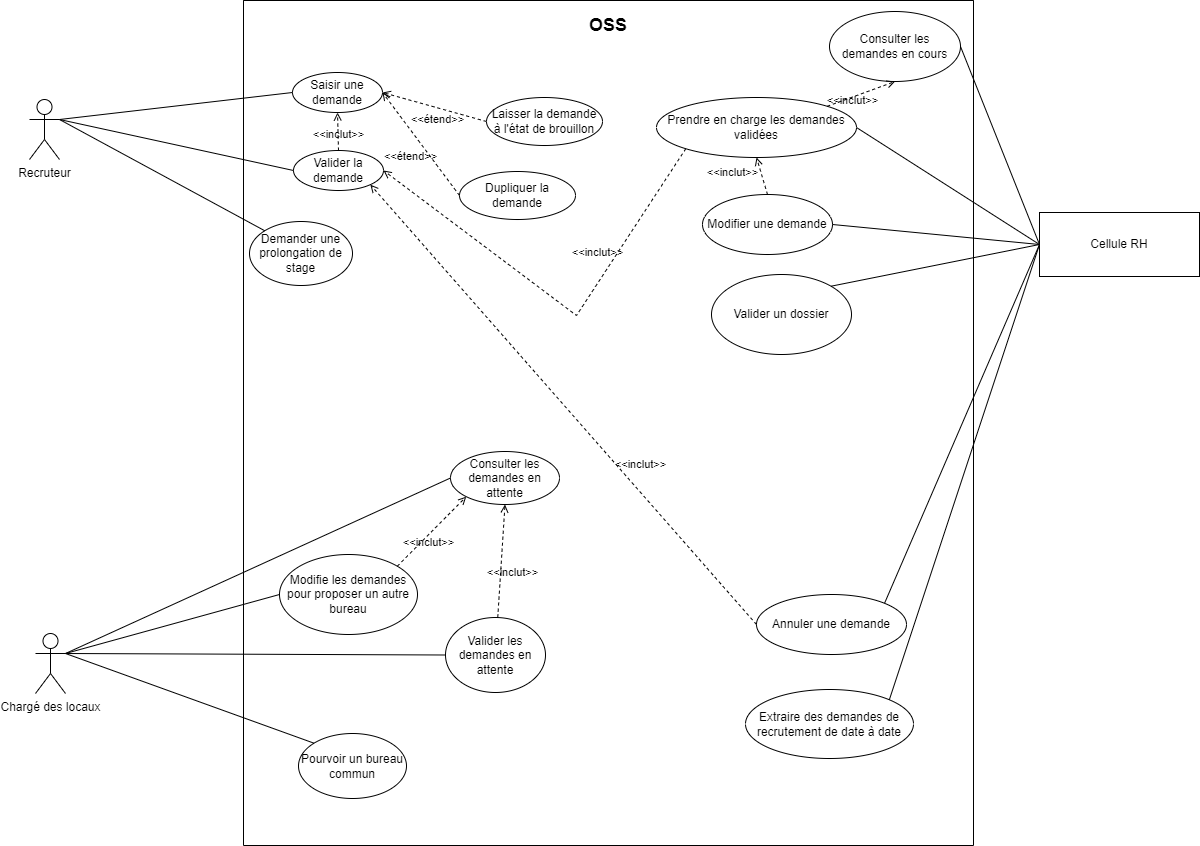
This is Diagramme de use-case OSS.drawio.png from faridbelhiteche/Projet-TER, a draw.io export, as it was before one commit. Source tidied: cells renumbered, new cells last; positions are measured from the earlier drawing's top-left corner, leaving out a move shared by most shapes.
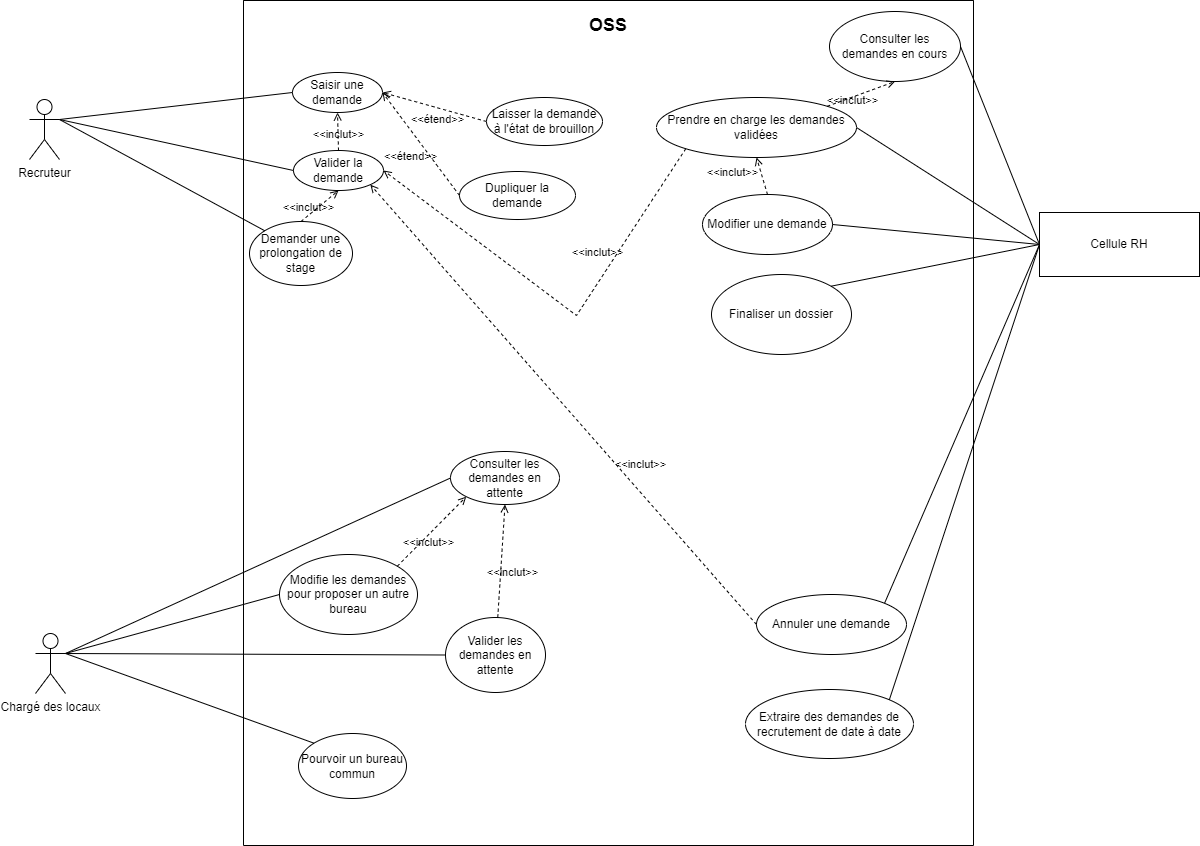
Above is the later version.

Diff of the diagram source:
```diff
@@ -42,7 +42,7 @@
     <mxCell id="13" value="&amp;lt;&amp;lt;inclut&amp;gt;&amp;gt;" style="html=1;verticalAlign=bottom;labelBackgroundColor=none;endArrow=open;endFill=0;dashed=1;rounded=0;exitX=0;exitY=0.5;exitDx=0;exitDy=0;entryX=1;entryY=1;entryDx=0;entryDy=0;" parent="2" edge="1" source="11" target="3">
       <mxGeometry x="-0.35" y="-12" relative="1" as="geometry" />
     </mxCell>
-    <mxCell id="14" value="Valider un dossier" style="ellipse;whiteSpace=wrap;html=1;fillColor=#FFFFFF;" parent="2" vertex="1">
+    <mxCell id="14" value="Finaliser un dossier" style="ellipse;whiteSpace=wrap;html=1;fillColor=#FFFFFF;" parent="2" vertex="1">
       <mxGeometry x="468" y="274" width="140" height="80" as="geometry" />
     </mxCell>
     <mxCell id="15" value="&amp;lt;&amp;lt;inclut&amp;gt;&amp;gt;" style="html=1;verticalAlign=bottom;labelBackgroundColor=none;endArrow=open;endFill=0;dashed=1;rounded=0;exitX=0;exitY=1;exitDx=0;exitDy=0;entryX=1;entryY=0.5;entryDx=0;entryDy=0;" parent="2" edge="1" source="7" target="3">
@@ -90,6 +90,11 @@
     <mxCell id="27" value="&amp;lt;&amp;lt;inclut&amp;gt;&amp;gt;" style="html=1;verticalAlign=bottom;labelBackgroundColor=none;endArrow=open;endFill=0;dashed=1;rounded=0;exitX=0.5;exitY=0;exitDx=0;exitDy=0;entryX=0.5;entryY=1;entryDx=0;entryDy=0;" parent="2" edge="1" source="4" target="7">
       <mxGeometry x="0.16" y="30" relative="1" as="geometry" />
     </mxCell>
+    <mxCell id="44" value="&amp;lt;&amp;lt;inclut&amp;gt;&amp;gt;" style="html=1;verticalAlign=bottom;labelBackgroundColor=none;endArrow=open;endFill=0;dashed=1;rounded=0;exitX=0.5;exitY=0;exitDx=0;exitDy=0;entryX=0.5;entryY=1;entryDx=0;entryDy=0;" parent="2" edge="1" source="21" target="3">
+      <mxGeometry x="-0.6" relative="1" as="geometry">
+        <mxPoint y="1" as="offset" />
+      </mxGeometry>
+    </mxCell>
     <mxCell id="28" value="Recruteur" style="shape=umlActor;verticalLabelPosition=bottom;verticalAlign=top;html=1;outlineConnect=0;" parent="1" vertex="1">
       <mxGeometry y="99" width="30" height="60" as="geometry" />
     </mxCell>
```
